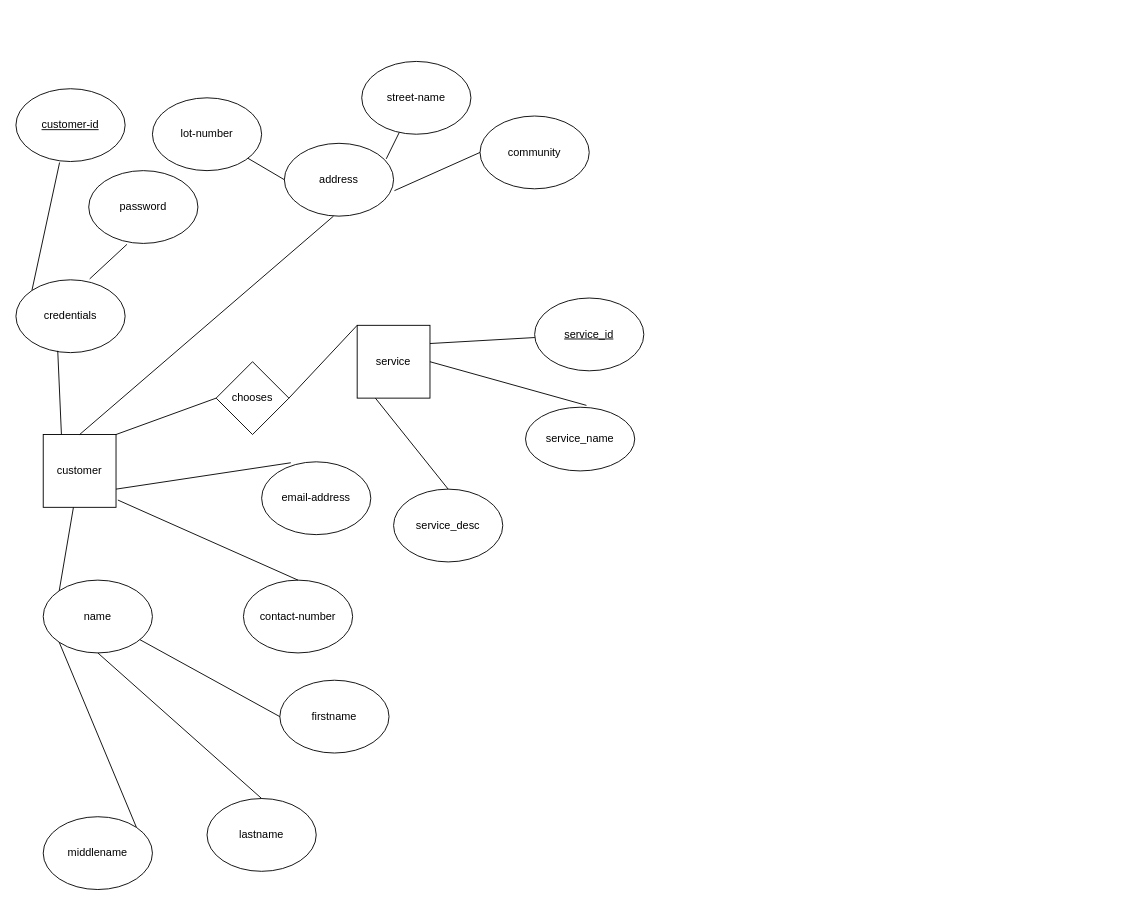
Earlier version of the draw.io diagram ERD_Customer.drawio (AnastassiaA/MicroStar-CableVision-Project-Code). Source tidied: cells renumbered, new cells numbered last; positions are measured from the earlier drawing's top-left corner, leaving out a move shared by most shapes. Both pictures are drawn from the tidied source at 91%, with x=0, y=0 at pixel (15, 61).
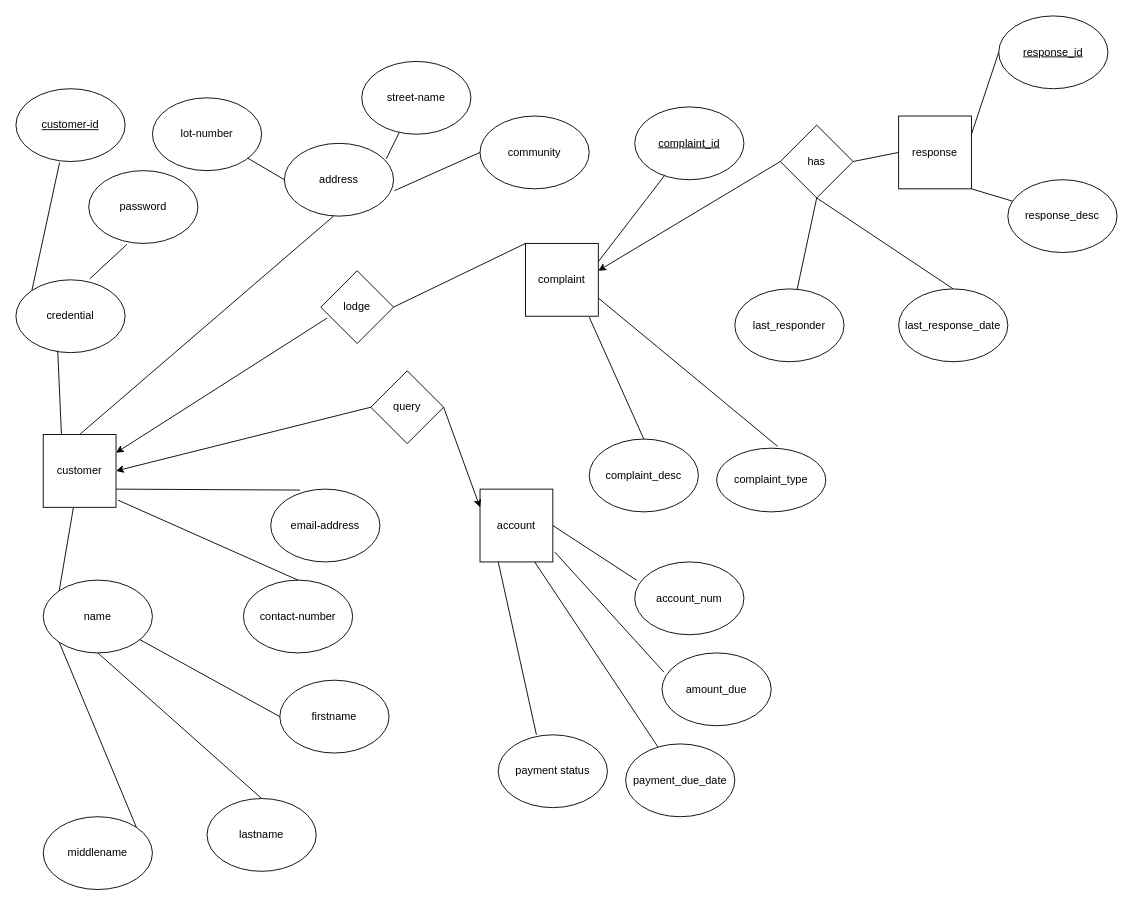
Above is the later version.

Commit message (it also covers changes not shown here):
added entities: account, complaint and response, added cardinality

The change refers to these unchanged cells:
```xml
<mxCell id="3" value="customer" style="whiteSpace=wrap;html=1;" parent="1" vertex="1">
  <mxGeometry x="30" y="410" width="80" height="80" as="geometry" />
</mxCell>
```

Change to the diagram source:
```diff
@@
     <mxCell id="15" value="email-address" style="ellipse;whiteSpace=wrap;html=1;" parent="1" vertex="1">
-      <mxGeometry x="270" y="440" width="120" height="80" as="geometry" />
+      <mxGeometry x="280" y="470" width="120" height="80" as="geometry" />
     </mxCell>
@@
-    <mxCell id="19" value="chooses" style="rhombus;whiteSpace=wrap;html=1;" parent="1" vertex="1">
-      <mxGeometry x="220" y="330" width="80" height="80" as="geometry" />
+    <mxCell id="19" value="lodge" style="rhombus;whiteSpace=wrap;html=1;" parent="1" vertex="1">
+      <mxGeometry x="335" y="230" width="80" height="80" as="geometry" />
     </mxCell>
-    <mxCell id="20" style="endArrow=none;html=1;exitX=1;exitY=0;exitDx=0;exitDy=0;entryX=0;entryY=0.5;entryDx=0;entryDy=0;" parent="1" edge="1" source="3" target="19">
-      <mxGeometry relative="1" as="geometry" />
-    </mxCell>
@@
-    <mxCell id="29" value="service" style="whiteSpace=wrap;html=1;" parent="1" vertex="1">
-      <mxGeometry x="375" y="290" width="80" height="80" as="geometry" />
+    <mxCell id="29" value="complaint" style="whiteSpace=wrap;html=1;" parent="1" vertex="1">
+      <mxGeometry x="560" y="200" width="80" height="80" as="geometry" />
     </mxCell>
@@
-    <mxCell id="31" value="service_desc" style="ellipse;whiteSpace=wrap;html=1;" parent="1" vertex="1">
-      <mxGeometry x="415" y="470" width="120" height="80" as="geometry" />
+    <mxCell id="31" value="complaint_desc" style="ellipse;whiteSpace=wrap;html=1;" parent="1" vertex="1">
+      <mxGeometry x="630" y="415" width="120" height="80" as="geometry" />
     </mxCell>
-    <mxCell id="32" style="endArrow=none;html=1;entryX=0.25;entryY=1;entryDx=0;entryDy=0;exitX=0.5;exitY=0;exitDx=0;exitDy=0;" parent="1" edge="1" source="31" target="29">
+    <mxCell id="32" style="endArrow=none;html=1;entryX=0.875;entryY=1.013;entryDx=0;entryDy=0;exitX=0.5;exitY=0;exitDx=0;exitDy=0;entryPerimeter=0;" parent="1" edge="1" source="31" target="29">
       <mxGeometry relative="1" as="geometry" />
     </mxCell>
-    <mxCell id="33" value="service_name" style="ellipse;whiteSpace=wrap;html=1;" parent="1" vertex="1">
-      <mxGeometry x="560" y="380" width="120" height="70" as="geometry" />
+    <mxCell id="33" value="complaint_type" style="ellipse;whiteSpace=wrap;html=1;" parent="1" vertex="1">
+      <mxGeometry x="770" y="425" width="120" height="70" as="geometry" />
     </mxCell>
-    <mxCell id="34" style="endArrow=none;html=1;entryX=1;entryY=0.5;entryDx=0;entryDy=0;exitX=0.558;exitY=-0.029;exitDx=0;exitDy=0;exitPerimeter=0;" parent="1" edge="1" source="33" target="29">
+    <mxCell id="34" style="endArrow=none;html=1;entryX=1;entryY=0.75;entryDx=0;entryDy=0;exitX=0.558;exitY=-0.029;exitDx=0;exitDy=0;exitPerimeter=0;" parent="1" edge="1" source="33" target="29">
       <mxGeometry relative="1" as="geometry" />
     </mxCell>
-    <mxCell id="35" value="&lt;u&gt;service_id&lt;/u&gt;" style="ellipse;whiteSpace=wrap;html=1;" parent="1" vertex="1">
-      <mxGeometry x="570" y="260" width="120" height="80" as="geometry" />
+    <mxCell id="35" value="&lt;u&gt;complaint_id&lt;/u&gt;" style="ellipse;whiteSpace=wrap;html=1;" parent="1" vertex="1">
+      <mxGeometry x="680" y="50" width="120" height="80" as="geometry" />
     </mxCell>
@@
-    <mxCell id="37" value="credentials" style="ellipse;whiteSpace=wrap;html=1;" parent="1" vertex="1">
+    <mxCell id="37" value="credential" style="ellipse;whiteSpace=wrap;html=1;" parent="1" vertex="1">
       <mxGeometry y="240" width="120" height="80" as="geometry" />
     </mxCell>
@@
+    <mxCell id="39" value="query" style="rhombus;whiteSpace=wrap;html=1;" parent="1" vertex="1">
+      <mxGeometry x="390" y="340" width="80" height="80" as="geometry" />
+    </mxCell>
+    <mxCell id="40" value="account" style="whiteSpace=wrap;html=1;" parent="1" vertex="1">
+      <mxGeometry x="510" y="470" width="80" height="80" as="geometry" />
+    </mxCell>
+    <mxCell id="41" value="last_response_date" style="ellipse;whiteSpace=wrap;html=1;" parent="1" vertex="1">
+      <mxGeometry x="970" y="250" width="120" height="80" as="geometry" />
+    </mxCell>
+    <mxCell id="42" value="last_responder" style="ellipse;whiteSpace=wrap;html=1;" parent="1" vertex="1">
+      <mxGeometry x="790" y="250" width="120" height="80" as="geometry" />
+    </mxCell>
+    <mxCell id="43" style="endArrow=none;html=1;entryX=0.5;entryY=1;entryDx=0;entryDy=0;exitX=0.5;exitY=0;exitDx=0;exitDy=0;" parent="1" edge="1" source="41" target="47">
+      <mxGeometry relative="1" as="geometry" />
+    </mxCell>
+    <mxCell id="44" style="endArrow=none;html=1;entryX=0.5;entryY=1;entryDx=0;entryDy=0;" parent="1" edge="1" source="42" target="47">
+      <mxGeometry relative="1" as="geometry" />
+    </mxCell>
+    <mxCell id="45" value="response_desc" style="ellipse;whiteSpace=wrap;html=1;" parent="1" vertex="1">
+      <mxGeometry x="1090" y="130" width="120" height="80" as="geometry" />
+    </mxCell>
+    <mxCell id="46" value="response" style="whiteSpace=wrap;html=1;" parent="1" vertex="1">
+      <mxGeometry x="970" y="60" width="80" height="80" as="geometry" />
+    </mxCell>
+    <mxCell id="47" value="has" style="rhombus;whiteSpace=wrap;html=1;" parent="1" vertex="1">
+      <mxGeometry x="840" y="70" width="80" height="80" as="geometry" />
+    </mxCell>
+    <mxCell id="48" style="endArrow=none;html=1;entryX=1;entryY=1;entryDx=0;entryDy=0;" parent="1" edge="1" source="45" target="46">
+      <mxGeometry relative="1" as="geometry" />
+    </mxCell>
+    <mxCell id="49" value="account_num" style="ellipse;whiteSpace=wrap;html=1;" parent="1" vertex="1">
+      <mxGeometry x="680" y="550" width="120" height="80" as="geometry" />
+    </mxCell>
+    <mxCell id="50" style="endArrow=none;html=1;exitX=1;exitY=0.5;exitDx=0;exitDy=0;entryX=0.017;entryY=0.25;entryDx=0;entryDy=0;entryPerimeter=0;" parent="1" edge="1" source="40" target="49">
+      <mxGeometry relative="1" as="geometry" />
+    </mxCell>
+    <mxCell id="51" value="payment status" style="ellipse;whiteSpace=wrap;html=1;" parent="1" vertex="1">
+      <mxGeometry x="530" y="740" width="120" height="80" as="geometry" />
+    </mxCell>
+    <mxCell id="52" value="amount_due" style="ellipse;whiteSpace=wrap;html=1;" parent="1" vertex="1">
+      <mxGeometry x="710" y="650" width="120" height="80" as="geometry" />
+    </mxCell>
+    <mxCell id="53" value="payment_due_date" style="ellipse;whiteSpace=wrap;html=1;" parent="1" vertex="1">
+      <mxGeometry x="670" y="750" width="120" height="80" as="geometry" />
+    </mxCell>
+    <mxCell id="54" style="endArrow=none;html=1;entryX=0.017;entryY=0.263;entryDx=0;entryDy=0;entryPerimeter=0;exitX=1.025;exitY=0.863;exitDx=0;exitDy=0;exitPerimeter=0;" parent="1" edge="1" source="40" target="52">
+      <mxGeometry relative="1" as="geometry" />
+    </mxCell>
+    <mxCell id="55" style="endArrow=none;html=1;entryX=0.75;entryY=1;entryDx=0;entryDy=0;" parent="1" edge="1" source="53" target="40">
+      <mxGeometry relative="1" as="geometry" />
+    </mxCell>
+    <mxCell id="56" style="endArrow=none;html=1;entryX=0.25;entryY=1;entryDx=0;entryDy=0;exitX=0.35;exitY=0;exitDx=0;exitDy=0;exitPerimeter=0;" parent="1" edge="1" source="51" target="40">
+      <mxGeometry relative="1" as="geometry" />
+    </mxCell>
+    <mxCell id="57" value="&lt;u&gt;response_id&lt;/u&gt;" style="ellipse;whiteSpace=wrap;html=1;" parent="1" vertex="1">
+      <mxGeometry x="1080" y="-50" width="120" height="80" as="geometry" />
+    </mxCell>
+    <mxCell id="58" style="endArrow=none;html=1;entryX=0;entryY=0.5;entryDx=0;entryDy=0;exitX=1;exitY=0.25;exitDx=0;exitDy=0;" parent="1" edge="1" source="46" target="57">
+      <mxGeometry relative="1" as="geometry" />
+    </mxCell>
+    <mxCell id="59" style="endArrow=classic;html=1;exitX=0;exitY=0.5;exitDx=0;exitDy=0;" parent="1" edge="1" source="47">
+      <mxGeometry relative="1" as="geometry">
+        <mxPoint x="640" y="230" as="targetPoint" />
+      </mxGeometry>
+    </mxCell>
+    <mxCell id="60" style="endArrow=none;html=1;entryX=0;entryY=0.5;entryDx=0;entryDy=0;exitX=1;exitY=0.5;exitDx=0;exitDy=0;" parent="1" edge="1" source="47" target="46">
+      <mxGeometry relative="1" as="geometry" />
+    </mxCell>
+    <mxCell id="61" style="endArrow=classic;html=1;entryX=1;entryY=0.25;entryDx=0;entryDy=0;exitX=0.088;exitY=0.65;exitDx=0;exitDy=0;exitPerimeter=0;" parent="1" edge="1" source="19" target="3">
+      <mxGeometry relative="1" as="geometry" />
+    </mxCell>
+    <mxCell id="62" style="endArrow=classic;html=1;entryX=1;entryY=0.5;entryDx=0;entryDy=0;exitX=0;exitY=0.5;exitDx=0;exitDy=0;" parent="1" edge="1" source="39" target="3">
+      <mxGeometry relative="1" as="geometry" />
+    </mxCell>
+    <mxCell id="63" style="endArrow=classic;html=1;entryX=0;entryY=0.25;entryDx=0;entryDy=0;exitX=1;exitY=0.5;exitDx=0;exitDy=0;" parent="1" edge="1" source="39" target="40">
+      <mxGeometry relative="1" as="geometry" />
+    </mxCell>
```
